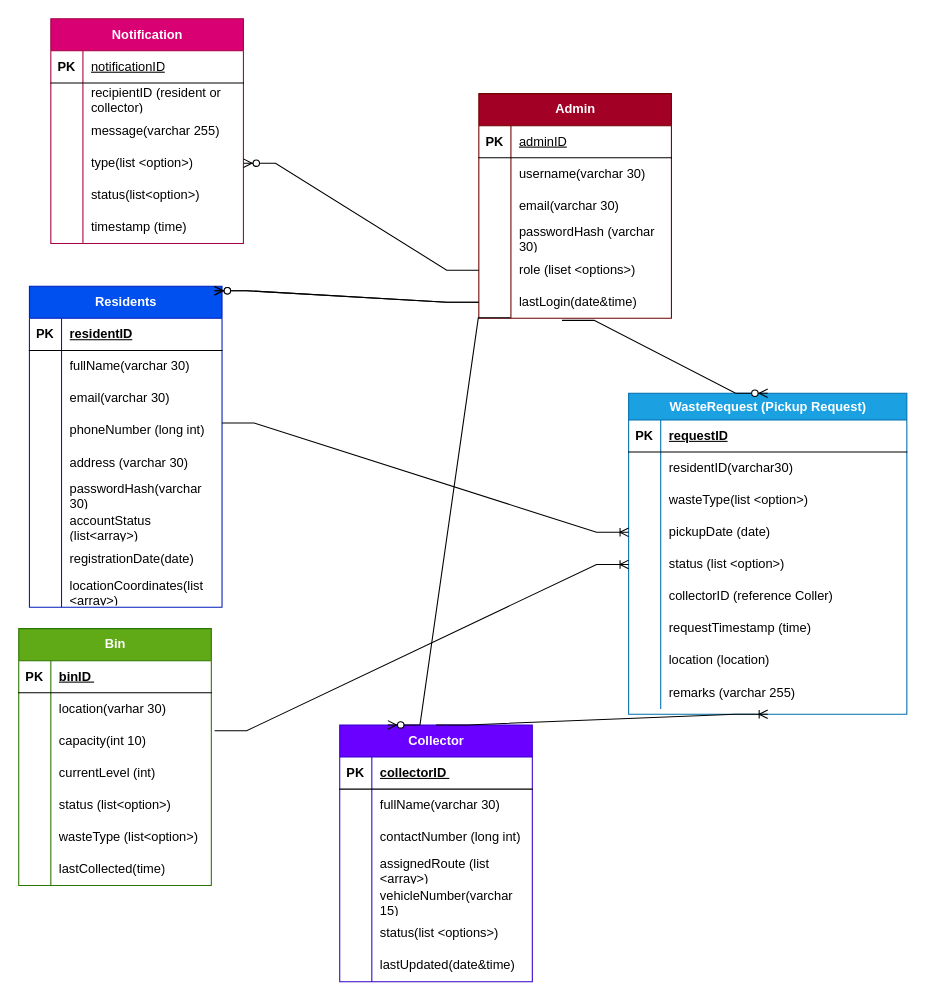
This is files/source_files/system design diagrams/BinItAll Class Diagram.drawio from KadenBourne16/greenbin, a draw.io file, before an edit. Source tidied: cells renumbered, new cells numbered last; positions are measured from the earlier drawing's top-left corner, leaving out a move shared by most shapes. Both pictures are drawn from the tidied source at 107%, with x=0, y=0 at pixel (18, 18).
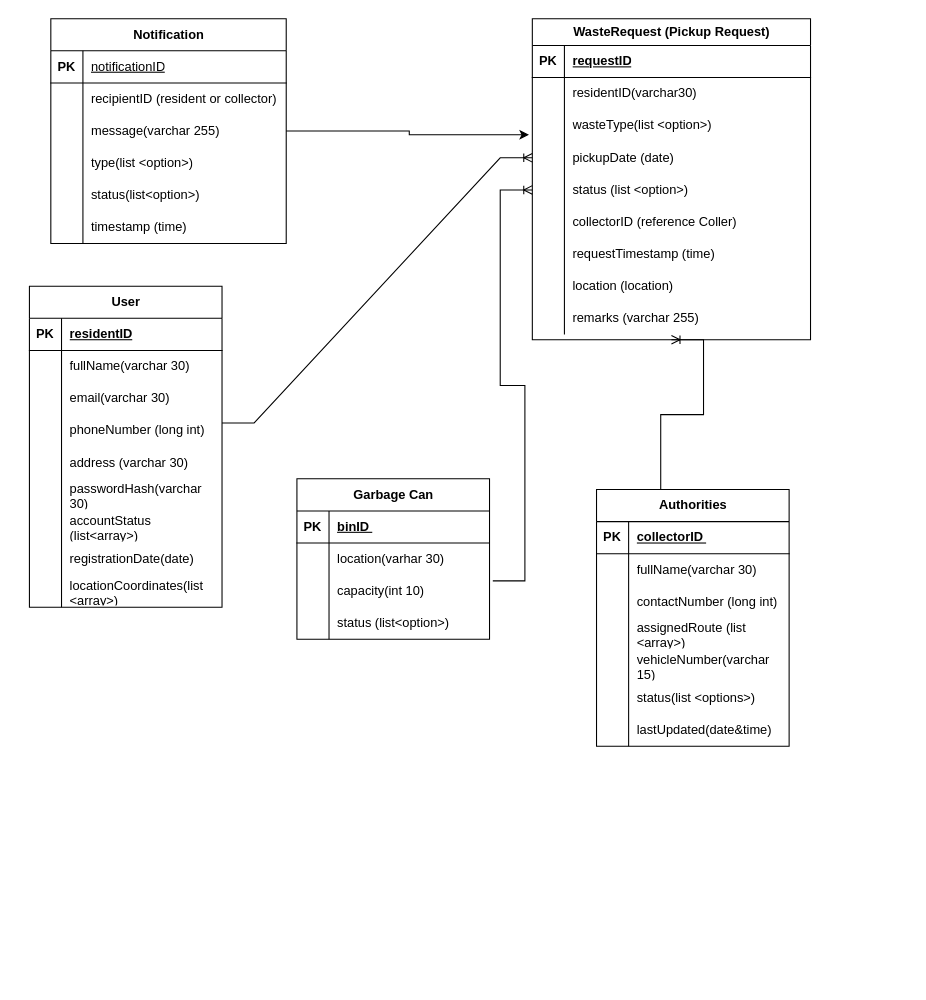
Above is the later version.

Unchanged cells that the change refers to:
```xml
<mxCell id="78" style="shape=tableRow;horizontal=0;startSize=0;swimlaneHead=0;swimlaneBody=0;fillColor=none;points=[[0,0.5],[1,0.5]];portConstraint=eastwest;top=0;left=0;right=0;bottom=0;" parent="71" vertex="1">
  <mxGeometry y="85" width="260" height="30" as="geometry" />
</mxCell>
```

Diff of the diagram source:
```diff
@@
-    <mxCell id="2" value="Residents" style="shape=table;startSize=30;childLayout=tableLayout;rowLines=0;fontStyle=1;align=center;html=1;fillColor=#0050ef;fontColor=#ffffff;strokeColor=#001DBC;" parent="1" vertex="1">
+    <mxCell id="2" value="User" style="shape=table;startSize=30;childLayout=tableLayout;rowLines=0;fontStyle=1;align=center;html=1;" parent="1" vertex="1">
       <mxGeometry x="10" y="250" width="180" height="300" as="geometry" />
     </mxCell>
@@
-    <mxCell id="30" value="Collector" style="shape=table;startSize=30;childLayout=tableLayout;rowLines=0;fontStyle=1;align=center;html=1;fillColor=#6a00ff;strokeColor=#3700CC;fontColor=#ffffff;" parent="1" vertex="1">
-      <mxGeometry x="300" y="660" width="180" height="240" as="geometry" />
+    <mxCell id="30" value="Authorities" style="shape=table;startSize=30;childLayout=tableLayout;rowLines=0;fontStyle=1;align=center;html=1;" parent="1" vertex="1">
+      <mxGeometry x="540" y="440" width="180" height="240" as="geometry" />
     </mxCell>
@@
-    <mxCell id="52" value="Admin" style="shape=table;startSize=30;childLayout=tableLayout;rowLines=0;fontStyle=1;align=center;html=1;fillColor=#a20025;fontColor=#ffffff;strokeColor=#6F0000;" parent="1" vertex="1">
-      <mxGeometry x="430" y="70" width="180" height="210" as="geometry" />
-    </mxCell>
-    <mxCell id="53" style="shape=tableRow;horizontal=0;startSize=0;swimlaneHead=0;swimlaneBody=0;fillColor=none;top=0;left=0;right=0;bottom=1;" parent="52" vertex="1">
-      <mxGeometry y="30" width="180" height="30" as="geometry" />
-    </mxCell>
-    <mxCell id="54" value="PK" style="shape=partialRectangle;fillColor=none;top=0;left=0;bottom=0;right=0;fontStyle=1;overflow=hidden;whiteSpace=wrap;html=1;" parent="53" vertex="1">
-      <mxGeometry width="30" height="30" as="geometry" />
-    </mxCell>
-    <mxCell id="55" value="&lt;span style=&quot;font-weight: 400;&quot;&gt;adminID&lt;/span&gt;" style="shape=partialRectangle;fillColor=none;top=0;left=0;bottom=0;right=0;align=left;spacingLeft=6;fontStyle=5;overflow=hidden;whiteSpace=wrap;html=1;" parent="53" vertex="1">
-      <mxGeometry x="30" width="150" height="30" as="geometry" />
-    </mxCell>
-    <mxCell id="56" style="shape=tableRow;horizontal=0;startSize=0;swimlaneHead=0;swimlaneBody=0;fillColor=none;top=0;left=0;right=0;bottom=0;" parent="52" vertex="1">
-      <mxGeometry y="60" width="180" height="30" as="geometry" />
-    </mxCell>
-    <mxCell id="57" style="shape=partialRectangle;fillColor=none;top=0;left=0;bottom=0;right=0;overflow=hidden;whiteSpace=wrap;html=1;" parent="56" vertex="1">
-      <mxGeometry width="30" height="30" as="geometry" />
-    </mxCell>
-    <mxCell id="58" value="username(varchar 30)" style="shape=partialRectangle;fillColor=none;top=0;left=0;bottom=0;right=0;align=left;spacingLeft=6;overflow=hidden;whiteSpace=wrap;html=1;" parent="56" vertex="1">
-      <mxGeometry x="30" width="150" height="30" as="geometry" />
-    </mxCell>
-    <mxCell id="59" style="shape=tableRow;horizontal=0;startSize=0;swimlaneHead=0;swimlaneBody=0;fillColor=none;top=0;left=0;right=0;bottom=0;" parent="52" vertex="1">
-      <mxGeometry y="90" width="180" height="30" as="geometry" />
-    </mxCell>
-    <mxCell id="60" style="shape=partialRectangle;fillColor=none;top=0;left=0;bottom=0;right=0;overflow=hidden;whiteSpace=wrap;html=1;" parent="59" vertex="1">
-      <mxGeometry width="30" height="30" as="geometry" />
-    </mxCell>
-    <mxCell id="61" value="email(varchar 30)" style="shape=partialRectangle;fillColor=none;top=0;left=0;bottom=0;right=0;align=left;spacingLeft=6;overflow=hidden;whiteSpace=wrap;html=1;" parent="59" vertex="1">
-      <mxGeometry x="30" width="150" height="30" as="geometry" />
-    </mxCell>
-    <mxCell id="62" style="shape=tableRow;horizontal=0;startSize=0;swimlaneHead=0;swimlaneBody=0;fillColor=none;top=0;left=0;right=0;bottom=0;" parent="52" vertex="1">
-      <mxGeometry y="120" width="180" height="30" as="geometry" />
-    </mxCell>
-    <mxCell id="63" style="shape=partialRectangle;fillColor=none;top=0;left=0;bottom=0;right=0;overflow=hidden;whiteSpace=wrap;html=1;" parent="62" vertex="1">
-      <mxGeometry width="30" height="30" as="geometry" />
-    </mxCell>
-    <mxCell id="64" value="passwordHash (varchar 30)" style="shape=partialRectangle;fillColor=none;top=0;left=0;bottom=0;right=0;align=left;spacingLeft=6;overflow=hidden;whiteSpace=wrap;html=1;" parent="62" vertex="1">
-      <mxGeometry x="30" width="150" height="30" as="geometry" />
-    </mxCell>
-    <mxCell id="65" style="shape=tableRow;horizontal=0;startSize=0;swimlaneHead=0;swimlaneBody=0;fillColor=none;points=[[0,0.5],[1,0.5]];portConstraint=eastwest;top=0;left=0;right=0;bottom=0;" parent="52" vertex="1">
-      <mxGeometry y="150" width="180" height="30" as="geometry" />
-    </mxCell>
-    <mxCell id="66" style="shape=partialRectangle;fillColor=none;top=0;left=0;bottom=0;right=0;overflow=hidden;whiteSpace=wrap;html=1;" parent="65" vertex="1">
-      <mxGeometry width="30" height="30" as="geometry" />
-    </mxCell>
-    <mxCell id="67" value="role (liset &amp;lt;options&amp;gt;)" style="shape=partialRectangle;fillColor=none;top=0;left=0;bottom=0;right=0;align=left;spacingLeft=6;overflow=hidden;whiteSpace=wrap;html=1;" parent="65" vertex="1">
-      <mxGeometry x="30" width="150" height="30" as="geometry" />
-    </mxCell>
-    <mxCell id="68" style="shape=tableRow;horizontal=0;startSize=0;swimlaneHead=0;swimlaneBody=0;fillColor=none;points=[[0,0.5],[1,0.5]];portConstraint=eastwest;top=0;left=0;right=0;bottom=0;" parent="52" vertex="1">
-      <mxGeometry y="180" width="180" height="30" as="geometry" />
-    </mxCell>
-    <mxCell id="69" style="shape=partialRectangle;fillColor=none;top=0;left=0;bottom=0;right=0;overflow=hidden;whiteSpace=wrap;html=1;" parent="68" vertex="1">
-      <mxGeometry width="30" height="30" as="geometry" />
-    </mxCell>
-    <mxCell id="70" value="lastLogin(date&amp;amp;time)&amp;nbsp;" style="shape=partialRectangle;fillColor=none;top=0;left=0;bottom=0;right=0;align=left;spacingLeft=6;overflow=hidden;whiteSpace=wrap;html=1;" parent="68" vertex="1">
-      <mxGeometry x="30" width="150" height="30" as="geometry" />
-    </mxCell>
-    <mxCell id="71" value="WasteRequest (Pickup Request)" style="shape=table;startSize=25;childLayout=tableLayout;rowLines=0;fontStyle=1;align=center;html=1;fillColor=#1ba1e2;fontColor=#ffffff;strokeColor=#006EAF;" parent="1" vertex="1">
-      <mxGeometry x="570" y="350" width="260" height="300" as="geometry" />
+    <mxCell id="71" value="WasteRequest (Pickup Request)" style="shape=table;startSize=25;childLayout=tableLayout;rowLines=0;fontStyle=1;align=center;html=1;" parent="1" vertex="1">
+      <mxGeometry x="480" width="260" height="300" as="geometry" />
     </mxCell>
@@
-    <mxCell id="99" value="Bin" style="shape=table;startSize=30;childLayout=tableLayout;rowLines=0;fontStyle=1;align=center;html=1;fillColor=#60a917;fontColor=#ffffff;strokeColor=#2D7600;" parent="1" vertex="1">
-      <mxGeometry y="570" width="180" height="240" as="geometry" />
+    <mxCell id="99" value="Garbage Can" style="shape=table;startSize=30;childLayout=tableLayout;rowLines=0;fontStyle=1;align=center;html=1;" parent="1" vertex="1">
+      <mxGeometry x="260" y="430" width="180" height="150" as="geometry" />
     </mxCell>
@@
-    <mxCell id="109" style="shape=tableRow;horizontal=0;startSize=0;swimlaneHead=0;swimlaneBody=0;fillColor=none;top=0;left=0;right=0;bottom=0;" parent="99" vertex="1">
-      <mxGeometry y="120" width="180" height="30" as="geometry" />
-    </mxCell>
-    <mxCell id="110" style="shape=partialRectangle;fillColor=none;top=0;left=0;bottom=0;right=0;overflow=hidden;whiteSpace=wrap;html=1;" parent="109" vertex="1">
-      <mxGeometry width="30" height="30" as="geometry" />
-    </mxCell>
-    <mxCell id="111" value="currentLevel (int)" style="shape=partialRectangle;fillColor=none;top=0;left=0;bottom=0;right=0;align=left;spacingLeft=6;overflow=hidden;whiteSpace=wrap;html=1;" parent="109" vertex="1">
-      <mxGeometry x="30" width="150" height="30" as="geometry" />
-    </mxCell>
     <mxCell id="112" style="shape=tableRow;horizontal=0;startSize=0;swimlaneHead=0;swimlaneBody=0;fillColor=none;top=0;left=0;right=0;bottom=0;" parent="99" vertex="1">
-      <mxGeometry y="150" width="180" height="30" as="geometry" />
+      <mxGeometry y="120" width="180" height="30" as="geometry" />
     </mxCell>
@@
-    <mxCell id="115" style="shape=tableRow;horizontal=0;startSize=0;swimlaneHead=0;swimlaneBody=0;fillColor=none;top=0;left=0;right=0;bottom=0;" parent="99" vertex="1">
-      <mxGeometry y="180" width="180" height="30" as="geometry" />
-    </mxCell>
-    <mxCell id="116" style="shape=partialRectangle;fillColor=none;top=0;left=0;bottom=0;right=0;overflow=hidden;whiteSpace=wrap;html=1;" parent="115" vertex="1">
-      <mxGeometry width="30" height="30" as="geometry" />
-    </mxCell>
-    <mxCell id="117" value="wasteType (list&amp;lt;option&amp;gt;)" style="shape=partialRectangle;fillColor=none;top=0;left=0;bottom=0;right=0;align=left;spacingLeft=6;overflow=hidden;whiteSpace=wrap;html=1;" parent="115" vertex="1">
-      <mxGeometry x="30" width="150" height="30" as="geometry" />
-    </mxCell>
-    <mxCell id="118" style="shape=tableRow;horizontal=0;startSize=0;swimlaneHead=0;swimlaneBody=0;fillColor=none;top=0;left=0;right=0;bottom=0;" parent="99" vertex="1">
-      <mxGeometry y="210" width="180" height="30" as="geometry" />
-    </mxCell>
-    <mxCell id="119" style="shape=partialRectangle;fillColor=none;top=0;left=0;bottom=0;right=0;overflow=hidden;whiteSpace=wrap;html=1;" parent="118" vertex="1">
-      <mxGeometry width="30" height="30" as="geometry" />
-    </mxCell>
-    <mxCell id="120" value="lastCollected(time)" style="shape=partialRectangle;fillColor=none;top=0;left=0;bottom=0;right=0;align=left;spacingLeft=6;overflow=hidden;whiteSpace=wrap;html=1;" parent="118" vertex="1">
-      <mxGeometry x="30" width="150" height="30" as="geometry" />
-    </mxCell>
-    <mxCell id="121" value="Notification" style="shape=table;startSize=30;childLayout=tableLayout;rowLines=0;fontStyle=1;align=center;html=1;fillColor=#d80073;fontColor=#ffffff;strokeColor=#A50040;" parent="1" vertex="1">
-      <mxGeometry x="30" width="180" height="210" as="geometry" />
+    <mxCell id="121" value="Notification" style="shape=table;startSize=30;childLayout=tableLayout;rowLines=0;fontStyle=1;align=center;html=1;" parent="1" vertex="1">
+      <mxGeometry x="30" width="220" height="210" as="geometry" />
     </mxCell>
     <mxCell id="122" style="shape=tableRow;horizontal=0;startSize=0;swimlaneHead=0;swimlaneBody=0;fillColor=none;top=0;left=0;right=0;bottom=1;" parent="121" vertex="1">
-      <mxGeometry y="30" width="180" height="30" as="geometry" />
+      <mxGeometry y="30" width="220" height="30" as="geometry" />
     </mxCell>
@@
     <mxCell id="124" value="&lt;span style=&quot;font-weight: 400;&quot;&gt;notificationID&lt;/span&gt;" style="shape=partialRectangle;fillColor=none;top=0;left=0;bottom=0;right=0;align=left;spacingLeft=6;fontStyle=5;overflow=hidden;whiteSpace=wrap;html=1;" parent="122" vertex="1">
-      <mxGeometry x="30" width="150" height="30" as="geometry" />
+      <mxGeometry x="30" width="190" height="30" as="geometry" />
     </mxCell>
     <mxCell id="125" style="shape=tableRow;horizontal=0;startSize=0;swimlaneHead=0;swimlaneBody=0;fillColor=none;top=0;left=0;right=0;bottom=0;" parent="121" vertex="1">
-      <mxGeometry y="60" width="180" height="30" as="geometry" />
+      <mxGeometry y="60" width="220" height="30" as="geometry" />
     </mxCell>
@@
     <mxCell id="127" value="recipientID (resident or collector)" style="shape=partialRectangle;fillColor=none;top=0;left=0;bottom=0;right=0;align=left;spacingLeft=6;overflow=hidden;whiteSpace=wrap;html=1;" parent="125" vertex="1">
-      <mxGeometry x="30" width="150" height="30" as="geometry" />
+      <mxGeometry x="30" width="190" height="30" as="geometry" />
     </mxCell>
     <mxCell id="128" style="shape=tableRow;horizontal=0;startSize=0;swimlaneHead=0;swimlaneBody=0;fillColor=none;top=0;left=0;right=0;bottom=0;" parent="121" vertex="1">
-      <mxGeometry y="90" width="180" height="30" as="geometry" />
+      <mxGeometry y="90" width="220" height="30" as="geometry" />
     </mxCell>
@@
     <mxCell id="130" value="message(varchar 255)" style="shape=partialRectangle;fillColor=none;top=0;left=0;bottom=0;right=0;align=left;spacingLeft=6;overflow=hidden;whiteSpace=wrap;html=1;" parent="128" vertex="1">
-      <mxGeometry x="30" width="150" height="30" as="geometry" />
+      <mxGeometry x="30" width="190" height="30" as="geometry" />
     </mxCell>
     <mxCell id="131" style="shape=tableRow;horizontal=0;startSize=0;swimlaneHead=0;swimlaneBody=0;fillColor=none;points=[[0,0.5],[1,0.5]];portConstraint=eastwest;top=0;left=0;right=0;bottom=0;" parent="121" vertex="1">
-      <mxGeometry y="120" width="180" height="30" as="geometry" />
+      <mxGeometry y="120" width="220" height="30" as="geometry" />
     </mxCell>
@@
     <mxCell id="133" value="type(list &amp;lt;option&amp;gt;)" style="shape=partialRectangle;fillColor=none;top=0;left=0;bottom=0;right=0;align=left;spacingLeft=6;overflow=hidden;whiteSpace=wrap;html=1;" parent="131" vertex="1">
-      <mxGeometry x="30" width="150" height="30" as="geometry" />
+      <mxGeometry x="30" width="190" height="30" as="geometry" />
     </mxCell>
     <mxCell id="134" style="shape=tableRow;horizontal=0;startSize=0;swimlaneHead=0;swimlaneBody=0;fillColor=none;top=0;left=0;right=0;bottom=0;" parent="121" vertex="1">
-      <mxGeometry y="150" width="180" height="30" as="geometry" />
+      <mxGeometry y="150" width="220" height="30" as="geometry" />
     </mxCell>
@@
     <mxCell id="136" value="status(list&amp;lt;option&amp;gt;)" style="shape=partialRectangle;fillColor=none;top=0;left=0;bottom=0;right=0;align=left;spacingLeft=6;overflow=hidden;whiteSpace=wrap;html=1;" parent="134" vertex="1">
-      <mxGeometry x="30" width="150" height="30" as="geometry" />
+      <mxGeometry x="30" width="190" height="30" as="geometry" />
     </mxCell>
     <mxCell id="137" style="shape=tableRow;horizontal=0;startSize=0;swimlaneHead=0;swimlaneBody=0;fillColor=none;top=0;left=0;right=0;bottom=0;" parent="121" vertex="1">
-      <mxGeometry y="180" width="180" height="30" as="geometry" />
+      <mxGeometry y="180" width="220" height="30" as="geometry" />
     </mxCell>
@@
     <mxCell id="139" value="timestamp (time)" style="shape=partialRectangle;fillColor=none;top=0;left=0;bottom=0;right=0;align=left;spacingLeft=6;overflow=hidden;whiteSpace=wrap;html=1;" parent="137" vertex="1">
-      <mxGeometry x="30" width="150" height="30" as="geometry" />
+      <mxGeometry x="30" width="190" height="30" as="geometry" />
     </mxCell>
@@
-    <mxCell id="143" style="edgeStyle=entityRelationEdgeStyle;fontSize=12;html=1;endArrow=ERzeroToMany;endFill=1;rounded=0;exitX=0;exitY=0.5;exitDx=0;exitDy=0;entryX=1;entryY=0.5;entryDx=0;entryDy=0;" parent="1" edge="1" source="65" target="131">
-      <mxGeometry relative="1" as="geometry">
-        <Array as="points">
-          <mxPoint x="380" y="360" />
-          <mxPoint x="390" y="340" />
-          <mxPoint x="320" y="320" />
-        </Array>
-      </mxGeometry>
-    </mxCell>
-    <mxCell id="144" style="edgeStyle=entityRelationEdgeStyle;fontSize=12;html=1;endArrow=ERzeroToMany;endFill=1;rounded=0;exitX=0.432;exitY=1.063;exitDx=0;exitDy=0;entryX=0.5;entryY=0;entryDx=0;entryDy=0;exitPerimeter=0;" parent="1" edge="1" source="68" target="71">
-      <mxGeometry relative="1" as="geometry">
-        <Array as="points">
-          <mxPoint x="420" y="425" />
-          <mxPoint x="430" y="405" />
-          <mxPoint x="360" y="385" />
-        </Array>
-      </mxGeometry>
-    </mxCell>
-    <mxCell id="145" style="edgeStyle=entityRelationEdgeStyle;fontSize=12;html=1;endArrow=ERzeroToMany;endFill=1;rounded=0;exitX=0;exitY=0.5;exitDx=0;exitDy=0;entryX=0.961;entryY=0.014;entryDx=0;entryDy=0;entryPerimeter=0;" parent="1" edge="1" source="68" target="2">
-      <mxGeometry relative="1" as="geometry">
-        <Array as="points">
-          <mxPoint x="470" y="445" />
-          <mxPoint x="770" y="380" />
-          <mxPoint x="670" y="350" />
-          <mxPoint x="740" y="340" />
-          <mxPoint x="480" y="425" />
-          <mxPoint x="410" y="405" />
-        </Array>
-      </mxGeometry>
-    </mxCell>
-    <mxCell id="146" style="edgeStyle=entityRelationEdgeStyle;fontSize=12;html=1;endArrow=ERzeroToMany;endFill=1;rounded=0;exitX=0;exitY=0.5;exitDx=0;exitDy=0;entryX=0.961;entryY=0.014;entryDx=0;entryDy=0;entryPerimeter=0;" parent="1" edge="1" source="68" target="2">
-      <mxGeometry relative="1" as="geometry">
-        <Array as="points">
-          <mxPoint x="470" y="445" />
-          <mxPoint x="310" y="300" />
-          <mxPoint x="770" y="380" />
-          <mxPoint x="670" y="350" />
-          <mxPoint x="740" y="340" />
-          <mxPoint x="480" y="425" />
-          <mxPoint x="410" y="405" />
-        </Array>
-      </mxGeometry>
-    </mxCell>
-    <mxCell id="147" style="edgeStyle=entityRelationEdgeStyle;fontSize=12;html=1;endArrow=ERzeroToMany;endFill=1;rounded=0;exitX=0.164;exitY=0.984;exitDx=0;exitDy=0;entryX=0.25;entryY=0;entryDx=0;entryDy=0;exitPerimeter=0;" parent="1" edge="1" source="68" target="30">
-      <mxGeometry relative="1" as="geometry">
-        <Array as="points">
-          <mxPoint x="487" y="500.8" />
-          <mxPoint x="327" y="355.8" />
-          <mxPoint x="787" y="435.8" />
-          <mxPoint x="687" y="405.8" />
-          <mxPoint x="757" y="395.8" />
-          <mxPoint x="497" y="480.8" />
-          <mxPoint x="427" y="460.8" />
-        </Array>
-      </mxGeometry>
-    </mxCell>
+    <mxCell id="148" style="edgeStyle=orthogonalEdgeStyle;rounded=0;jettySize=auto;html=1;entryX=-0.012;entryY=0.78;entryDx=0;entryDy=0;entryPerimeter=0;" parent="1" edge="1" source="121" target="78">
+      <mxGeometry relative="1" as="geometry" />
+    </mxCell>
```
